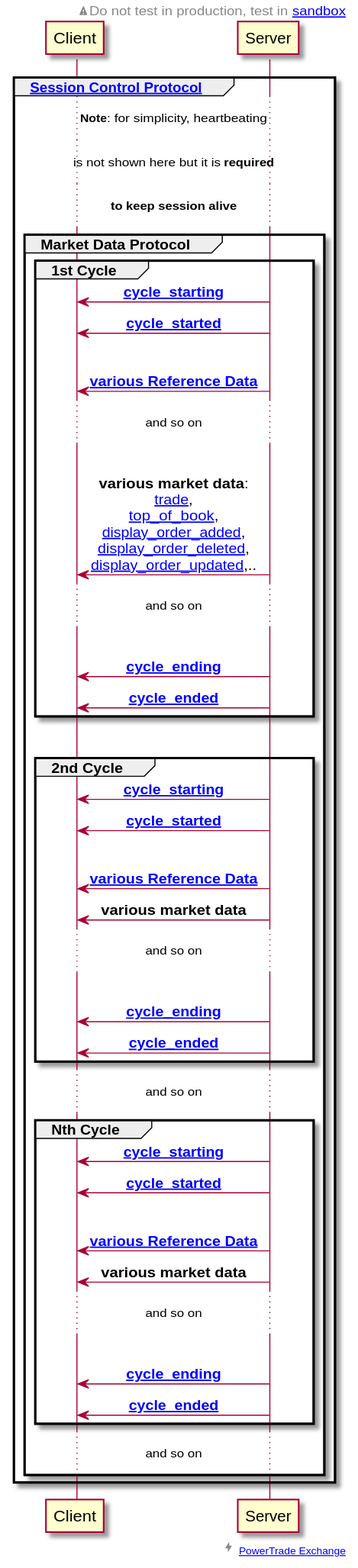
Earlier version of the PlantUML export protocols/svg/market_data_protocol.svg (Power-Trade/api-docs). The source it was exported from:
```plantuml
@startuml market_data_protocol



skinparam sequenceMessageAlign center


right header
    <size:12><&warning>Do not test in production, test in [[#WS_API_Services_Sandbox sandbox]]</size>
endheader

right footer <size:15><&bolt></size> <size:9>[[https://power.trade PowerTrade Exchange]]</size>


group <b>[[#session_control_with_auth Session Control Protocol]]</b>

    ... <b>Note</b>: for simplicity, heartbeating ...
    ... is not shown here but it is <b>required</b> ...
    ... <b>to keep session alive</b> ...

    group <b>Market Data Protocol</b>

        group 1st Cycle
            Client <- Server : <b>[[#cycle_starting cycle_starting]]</b>
            Client <- Server : <b>[[#cycle_started cycle_started]]</b>
            |||
            Client <- Server : <b>[[#Reference_Data various Reference Data]]</b>
            ... and so on ...
            |||
            Client <- Server : <b>various market data</b>:\n[[#trade trade]],\n[[#top_of_book top_of_book]],\n[[#display_order_added display_order_added]],\n[[#display_order_deleted display_order_deleted]],\n[[#display_order_updated display_order_updated]],..
            ... and so on ...
            |||
            Client <- Server : <b>[[#cycle_ending cycle_ending]]</b>
            Client <- Server : <b>[[#cycle_ended cycle_ended]]</b>
        end
        |||
        group 2nd Cycle
            Client <- Server : <b>[[#cycle_starting cycle_starting]]</b>
            Client <- Server : <b>[[#cycle_started cycle_started]]</b>
            |||
            Client <- Server : <b>[[#Reference_Data various Reference Data]]</b>
            Client <- Server : <b>various market data</b>
            ... and so on ...
            |||
            Client <- Server : <b>[[#cycle_ending cycle_ending]]</b>
            Client <- Server : <b>[[#cycle_ended cycle_ended]]</b>
        end

        ... and so on ...

        group Nth Cycle
            Client <- Server : <b>[[#cycle_starting cycle_starting]]</b>
            Client <- Server : <b>[[#cycle_started cycle_started]]</b>
            |||
            Client <- Server : <b>[[#Reference_Data various Reference Data]]</b>
            Client <- Server : <b>various market data</b>
            ... and so on ...
            |||
            Client <- Server : <b>[[#cycle_ending cycle_ending]]</b>
            Client <- Server : <b>[[#cycle_ended cycle_ended]]</b>
        end

        ... and so on ...

    end
end

@enduml
```
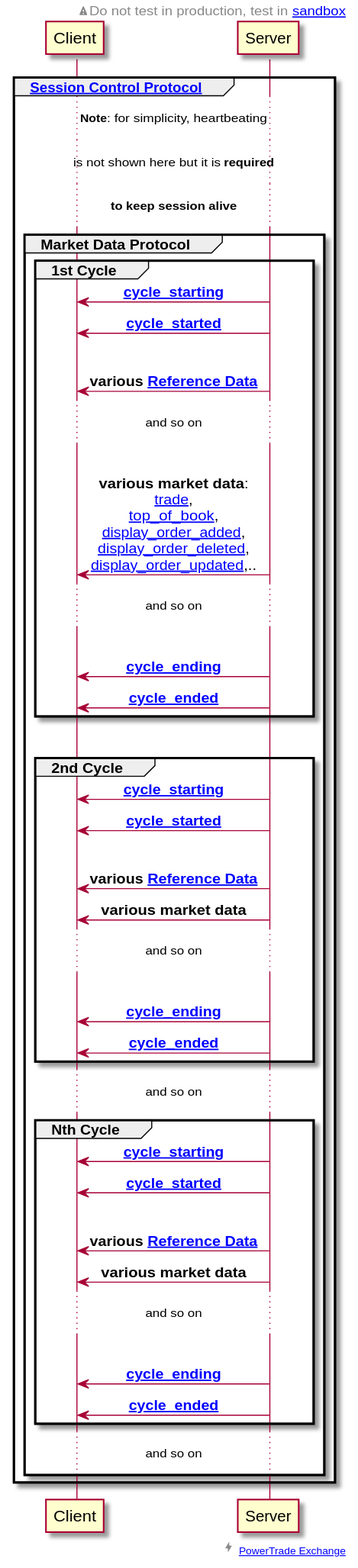
The same diagram one commit later.

Commit message:
add Accounts Management Service protocol, update html

What changed in the source:
```diff
@@ -24,7 +24,7 @@
             Client <- Server : <b>[[#cycle_starting cycle_starting]]</b>
             Client <- Server : <b>[[#cycle_started cycle_started]]</b>
             |||
-            Client <- Server : <b>[[#Reference_Data various Reference Data]]</b>
+            Client <- Server : <b>various</b> <b>[[#Reference_Data Reference Data]]</b>
             ... and so on ...
             |||
             Client <- Server : <b>various market data</b>:\n[[#trade trade]],\n[[#top_of_book top_of_book]],\n[[#display_order_added display_order_added]],\n[[#display_order_deleted display_order_deleted]],\n[[#display_order_updated display_order_updated]],..
@@ -38,7 +38,7 @@
             Client <- Server : <b>[[#cycle_starting cycle_starting]]</b>
             Client <- Server : <b>[[#cycle_started cycle_started]]</b>
             |||
-            Client <- Server : <b>[[#Reference_Data various Reference Data]]</b>
+            Client <- Server : <b>various</b> <b>[[#Reference_Data Reference Data]]</b>
             Client <- Server : <b>various market data</b>
             ... and so on ...
             |||
@@ -52,7 +52,7 @@
             Client <- Server : <b>[[#cycle_starting cycle_starting]]</b>
             Client <- Server : <b>[[#cycle_started cycle_started]]</b>
             |||
-            Client <- Server : <b>[[#Reference_Data various Reference Data]]</b>
+            Client <- Server : <b>various</b> <b>[[#Reference_Data Reference Data]]</b>
             Client <- Server : <b>various market data</b>
             ... and so on ...
             |||
```
